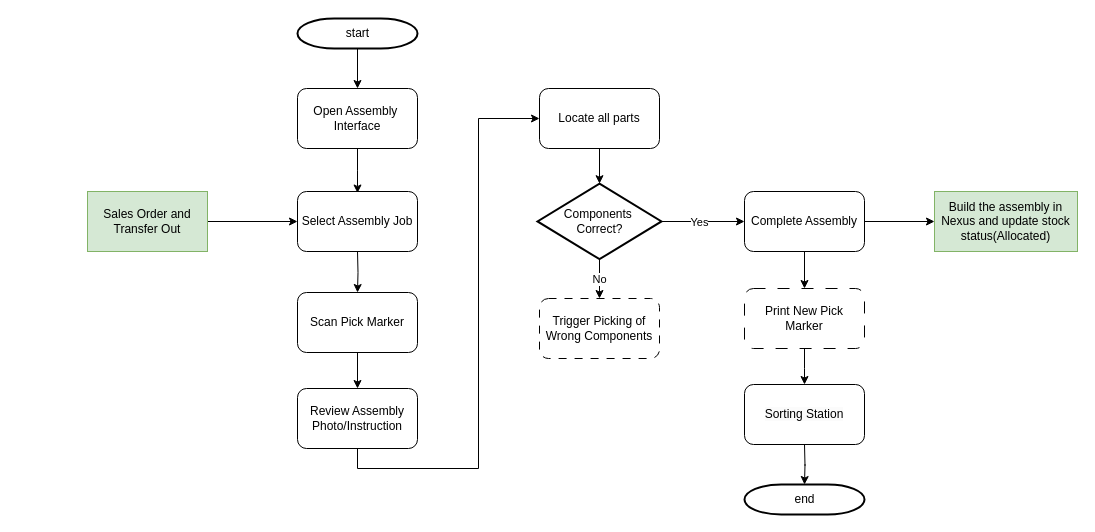
Above: AssemblyProcess.drawio in ZTomChen/NavigatorFlowcharts (draw.io), before the change. Source tidied: cells renumbered, new cells numbered last; positions are measured from the earlier drawing's top-left corner, leaving out a move shared by most shapes. Both pictures are drawn from the tidied source at 100%, with x=0, y=0 at pixel (87, 18).
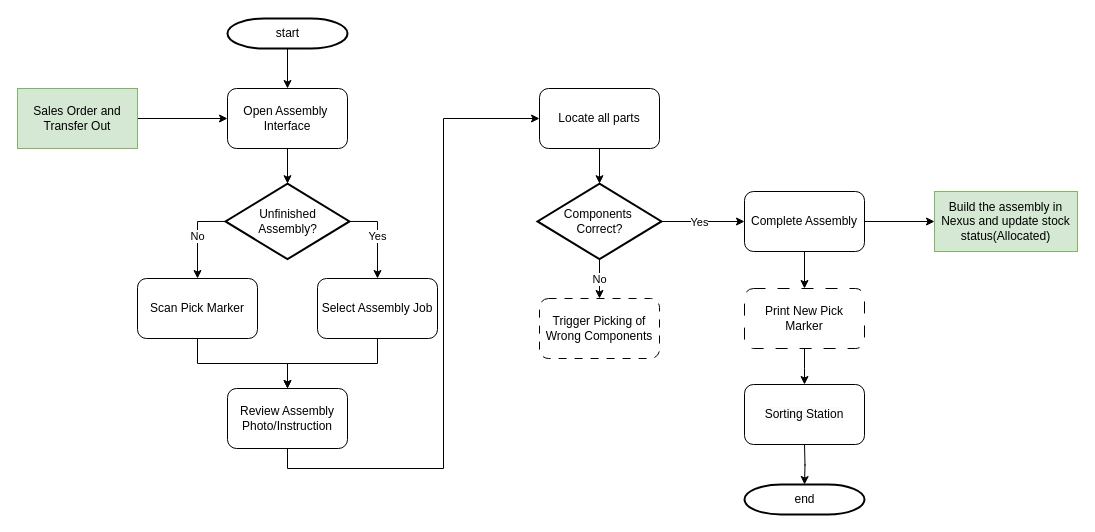
The same page after the edit.

Change to the diagram source:
```diff
@@
     <mxCell id="3" value="start" style="shape=mxgraph.flowchart.terminator;strokeWidth=2;gradientColor=none;gradientDirection=north;fontStyle=0;html=1;" parent="1" vertex="1">
-      <mxGeometry x="210" width="120" height="30" as="geometry" />
+      <mxGeometry x="140" width="120" height="30" as="geometry" />
     </mxCell>
-    <mxCell id="4" style="edgeStyle=orthogonalEdgeStyle;rounded=0;jettySize=auto;html=1;" parent="1" edge="1" source="5">
-      <mxGeometry relative="1" as="geometry">
-        <mxPoint x="270" y="174.5" as="targetPoint" />
-      </mxGeometry>
-    </mxCell>
+    <mxCell id="30" style="edgeStyle=orthogonalEdgeStyle;rounded=0;jettySize=auto;html=1;" parent="1" edge="1" source="5" target="34">
+      <mxGeometry relative="1" as="geometry" />
+    </mxCell>
     <mxCell id="5" value="&lt;span style=&quot;text-wrap-mode: nowrap;&quot;&gt;Open Assembly&amp;nbsp;&lt;/span&gt;&lt;div&gt;&lt;span style=&quot;text-wrap-mode: nowrap;&quot;&gt;Interface&lt;/span&gt;&lt;/div&gt;" style="rounded=1;whiteSpace=wrap;html=1;" parent="1" vertex="1">
-      <mxGeometry x="210" y="70" width="120" height="60" as="geometry" />
+      <mxGeometry x="140" y="70" width="120" height="60" as="geometry" />
     </mxCell>
-    <mxCell id="6" value="&lt;span style=&quot;text-wrap-mode: nowrap;&quot;&gt;Select Assembly Job&lt;/span&gt;" style="rounded=1;whiteSpace=wrap;html=1;" parent="1" vertex="1">
-      <mxGeometry x="210" y="173" width="120" height="60" as="geometry" />
-    </mxCell>
-    <mxCell id="7" style="edgeStyle=orthogonalEdgeStyle;rounded=0;jettySize=auto;html=1;" parent="1" edge="1" target="9">
-      <mxGeometry relative="1" as="geometry">
-        <mxPoint x="270" y="233" as="sourcePoint" />
-      </mxGeometry>
-    </mxCell>
-    <mxCell id="8" style="edgeStyle=orthogonalEdgeStyle;rounded=0;jettySize=auto;html=1;" parent="1" edge="1" source="9" target="11">
-      <mxGeometry relative="1" as="geometry" />
-    </mxCell>
-    <mxCell id="9" value="&lt;span style=&quot;text-wrap-mode: nowrap;&quot;&gt;Scan Pick Marker&lt;/span&gt;" style="rounded=1;whiteSpace=wrap;html=1;" parent="1" vertex="1">
-      <mxGeometry x="210" y="274" width="120" height="60" as="geometry" />
-    </mxCell>
@@
     <mxCell id="11" value="Review Assembly&lt;div&gt;Photo/Instruction&lt;/div&gt;" style="rounded=1;whiteSpace=wrap;html=1;" parent="1" vertex="1">
-      <mxGeometry x="210" y="370" width="120" height="60" as="geometry" />
+      <mxGeometry x="140" y="370" width="120" height="60" as="geometry" />
     </mxCell>
@@
-    <mxCell id="17" style="edgeStyle=orthogonalEdgeStyle;rounded=0;jettySize=auto;html=1;" parent="1" edge="1" source="18" target="6">
+    <mxCell id="17" style="edgeStyle=orthogonalEdgeStyle;rounded=0;jettySize=auto;html=1;entryX=0;entryY=0.5;entryDx=0;entryDy=0;" parent="1" edge="1" source="18" target="5">
       <mxGeometry relative="1" as="geometry" />
     </mxCell>
     <mxCell id="18" value="Sales Order and Transfer Out" style="rounded=0;whiteSpace=wrap;html=1;fillColor=#d5e8d4;strokeColor=#82b366;" parent="1" vertex="1">
-      <mxGeometry y="173" width="120" height="60" as="geometry" />
+      <mxGeometry x="-70" y="70" width="120" height="60" as="geometry" />
     </mxCell>
@@
+    <mxCell id="8" style="edgeStyle=orthogonalEdgeStyle;rounded=0;jettySize=auto;html=1;exitX=0.5;exitY=1;exitDx=0;exitDy=0;entryX=0.5;entryY=0;entryDx=0;entryDy=0;" parent="1" edge="1" source="9" target="11">
+      <mxGeometry relative="1" as="geometry" />
+    </mxCell>
+    <mxCell id="9" value="&lt;span style=&quot;text-wrap-mode: nowrap;&quot;&gt;Scan Pick Marker&lt;/span&gt;" style="rounded=1;whiteSpace=wrap;html=1;" parent="1" vertex="1">
+      <mxGeometry x="50" y="260" width="120" height="60" as="geometry" />
+    </mxCell>
+    <mxCell id="31" style="edgeStyle=orthogonalEdgeStyle;rounded=0;jettySize=auto;html=1;exitX=0.5;exitY=1;exitDx=0;exitDy=0;entryX=0.5;entryY=0;entryDx=0;entryDy=0;" parent="1" edge="1" source="6" target="11">
+      <mxGeometry relative="1" as="geometry" />
+    </mxCell>
+    <mxCell id="6" value="&lt;span style=&quot;text-wrap-mode: nowrap;&quot;&gt;Select Assembly Job&lt;/span&gt;" style="rounded=1;whiteSpace=wrap;html=1;" parent="1" vertex="1">
+      <mxGeometry x="230" y="260" width="120" height="60" as="geometry" />
+    </mxCell>
+    <mxCell id="32" value="Yes" style="edgeStyle=orthogonalEdgeStyle;rounded=0;jettySize=auto;html=1;exitX=1;exitY=0.5;exitDx=0;exitDy=0;exitPerimeter=0;entryX=0.5;entryY=0;entryDx=0;entryDy=0;" parent="1" edge="1" source="34" target="6">
+      <mxGeometry relative="1" as="geometry" />
+    </mxCell>
+    <mxCell id="33" value="No" style="edgeStyle=orthogonalEdgeStyle;rounded=0;jettySize=auto;html=1;exitX=0;exitY=0.5;exitDx=0;exitDy=0;exitPerimeter=0;entryX=0.5;entryY=0;entryDx=0;entryDy=0;" parent="1" edge="1" source="34" target="9">
+      <mxGeometry relative="1" as="geometry" />
+    </mxCell>
+    <mxCell id="34" value="Unfinished&lt;div&gt;Assembly?&lt;/div&gt;" style="shape=mxgraph.flowchart.decision;strokeWidth=2;gradientColor=none;gradientDirection=north;fontStyle=0;html=1;" parent="1" vertex="1">
+      <mxGeometry x="138" y="165.2" width="124" height="75.5" as="geometry" />
+    </mxCell>
```
